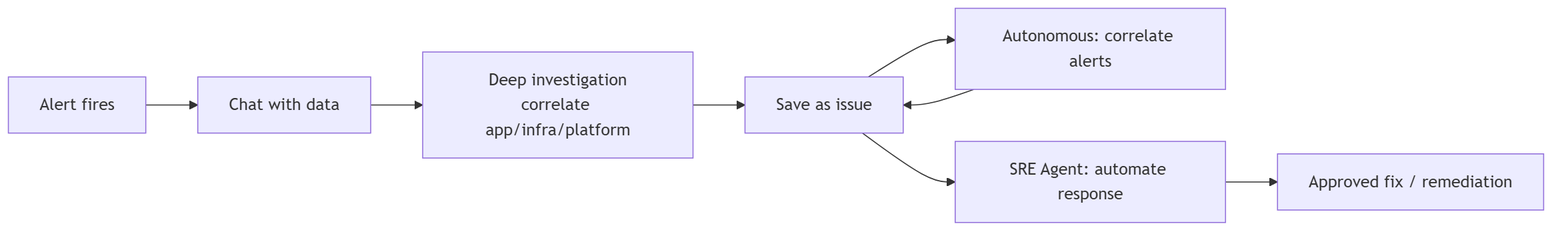
jvargh/azure-reliability-starter-kit keeps this Mermaid diagram as diagrams/phase2.png. Above is the earlier version. Its source is kept beside it as diagrams/phase2.mmd. Its diagram source:
```mermaid
flowchart LR
    AL[Alert fires] --> CH[Chat with data]
    CH --> DI[Deep investigation<br/>correlate app/infra/platform]
    DI --> IS[Save as issue]
    IS --> AU[Autonomous: correlate alerts]
    AU --> IS
    IS --> SRE[SRE Agent: automate response]
    SRE --> FIX[Approved fix / remediation]
```
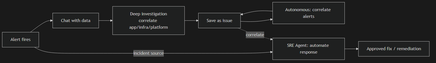
The same diagram one commit later.

Diff of the diagram source:
```diff
@@ -4,5 +4,6 @@
     DI --> IS[Save as issue]
     IS --> AU[Autonomous: correlate alerts]
     AU --> IS
-    IS --> SRE[SRE Agent: automate response]
+    AL -->|incident source| SRE[SRE Agent: automate response]
+    IS -. correlate .-> SRE
     SRE --> FIX[Approved fix / remediation]
```
